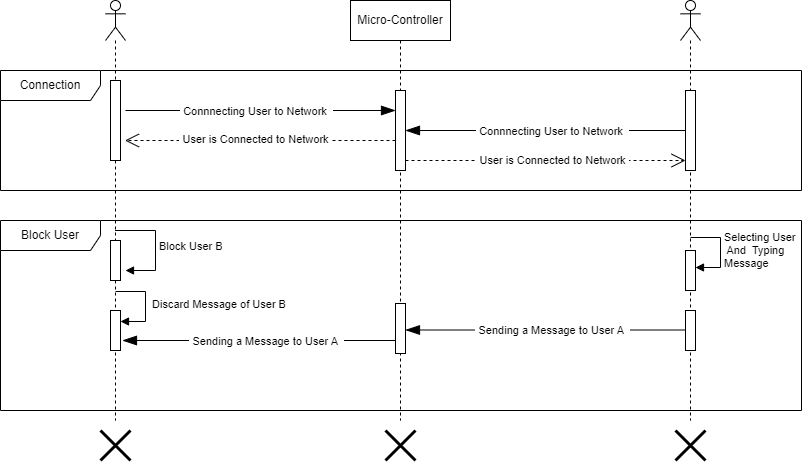
This is Figures/Sequence Diagram/Images/Block User.png from imharris24/AndroCom-Android, a draw.io export, as it was before one commit. Source tidied: cells renumbered, new cells last; positions are measured from the earlier drawing's top-left corner, leaving out a move shared by most shapes.
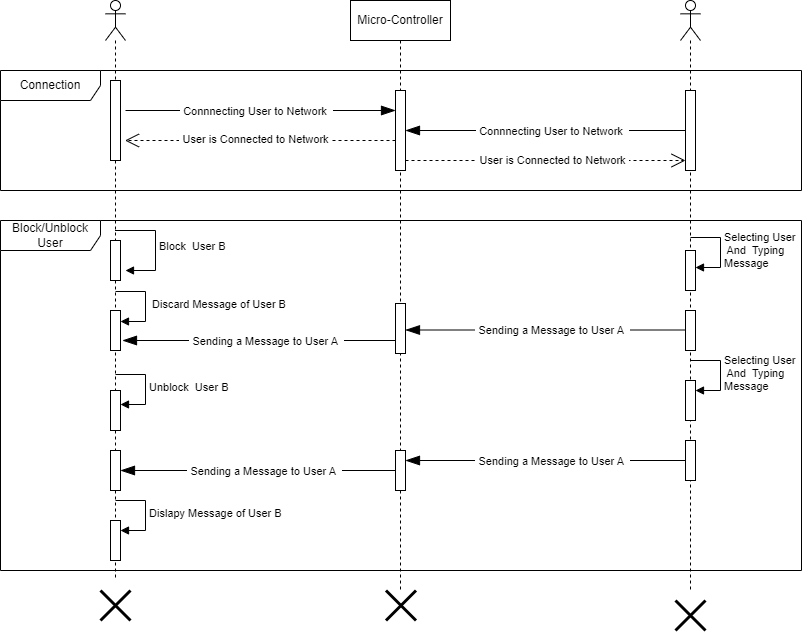
The same diagram one commit later.

Commit message:
Add and Updating Sequence Diagram

1. Updating Block and Unblock User
2. Request For Video Call

What changed in the source:
```diff
@@ -3,10 +3,13 @@
     <mxCell id="0" />
     <mxCell id="1" parent="0" />
     <mxCell id="2" value="Micro-Controller" style="shape=umlLifeline;perimeter=lifelinePerimeter;whiteSpace=wrap;html=1;newEdgeStyle={&quot;edgeStyle&quot;:&quot;elbowEdgeStyle&quot;,&quot;elbow&quot;:&quot;vertical&quot;,&quot;curved&quot;:0,&quot;rounded&quot;:0};" parent="1" vertex="1">
-      <mxGeometry x="350" width="100" height="420" as="geometry" />
+      <mxGeometry x="350" width="100" height="590" as="geometry" />
     </mxCell>
+    <mxCell id="33" style="html=1;points=[[0,0,0,0,5],[0,1,0,0,-5],[1,0,0,0,5],[1,1,0,0,-5]];perimeter=orthogonalPerimeter;outlineConnect=0;targetShapes=umlLifeline;portConstraint=eastwest;newEdgeStyle={&quot;curved&quot;:0,&quot;rounded&quot;:0};" parent="2" vertex="1">
+      <mxGeometry x="45" y="450" width="10" height="40" as="geometry" />
+    </mxCell>
     <mxCell id="3" style="shape=umlLifeline;perimeter=lifelinePerimeter;whiteSpace=wrap;html=1;outlineConnect=0;portConstraint=eastwest;newEdgeStyle={&quot;curved&quot;:0,&quot;rounded&quot;:0};participant=umlActor;" parent="1" vertex="1">
-      <mxGeometry x="105" width="20" height="420" as="geometry" />
+      <mxGeometry x="105" width="20" height="580" as="geometry" />
     </mxCell>
     <mxCell id="4" style="html=1;perimeter=orthogonalPerimeter;targetShapes=umlLifeline;newEdgeStyle={&quot;curved&quot;:0,&quot;rounded&quot;:0};" parent="3" vertex="1">
       <mxGeometry x="5" y="80" width="10" height="80" as="geometry" />
@@ -17,14 +20,40 @@
     <mxCell id="6" style="html=1;perimeter=orthogonalPerimeter;targetShapes=umlLifeline;newEdgeStyle={&quot;curved&quot;:0,&quot;rounded&quot;:0};" parent="3" vertex="1">
       <mxGeometry x="5" y="310" width="10" height="40" as="geometry" />
     </mxCell>
+    <mxCell id="34" style="html=1;perimeter=orthogonalPerimeter;targetShapes=umlLifeline;newEdgeStyle={&quot;curved&quot;:0,&quot;rounded&quot;:0};" parent="3" vertex="1">
+      <mxGeometry x="5" y="390" width="10" height="40" as="geometry" />
+    </mxCell>
+    <mxCell id="35" value="Unblock&amp;nbsp; User B" style="html=1;align=left;spacingLeft=2;endArrow=block;rounded=0;edgeStyle=orthogonalEdgeStyle;curved=0;rounded=0;" parent="3" edge="1">
+      <mxGeometry relative="1" as="geometry">
+        <mxPoint x="10" y="374" as="sourcePoint" />
+        <mxPoint x="15" y="404" as="targetPoint" />
+        <Array as="points">
+          <mxPoint x="40" y="404" />
+        </Array>
+      </mxGeometry>
+    </mxCell>
+    <mxCell id="36" style="html=1;perimeter=orthogonalPerimeter;targetShapes=umlLifeline;newEdgeStyle={&quot;curved&quot;:0,&quot;rounded&quot;:0};" parent="3" vertex="1">
+      <mxGeometry x="5" y="450" width="10" height="40" as="geometry" />
+    </mxCell>
+    <mxCell id="37" style="html=1;points=[[0,0,0,0,5],[0,1,0,0,-5],[1,0,0,0,5],[1,1,0,0,-5]];perimeter=orthogonalPerimeter;outlineConnect=0;targetShapes=umlLifeline;portConstraint=eastwest;newEdgeStyle={&quot;curved&quot;:0,&quot;rounded&quot;:0};" parent="3" vertex="1">
+      <mxGeometry x="5" y="520" width="10" height="40" as="geometry" />
+    </mxCell>
+    <mxCell id="38" value="Dislapy Message of User B" style="html=1;align=left;spacingLeft=2;endArrow=block;rounded=0;edgeStyle=orthogonalEdgeStyle;curved=0;rounded=0;" parent="3" edge="1" target="37">
+      <mxGeometry relative="1" as="geometry">
+        <mxPoint x="10" y="500" as="sourcePoint" />
+        <Array as="points">
+          <mxPoint x="40" y="530" />
+        </Array>
+      </mxGeometry>
+    </mxCell>
     <mxCell id="7" style="shape=umlDestroy;whiteSpace=wrap;html=1;strokeWidth=3;targetShapes=umlLifeline;" parent="1" vertex="1">
-      <mxGeometry x="100" y="430" width="30" height="30" as="geometry" />
+      <mxGeometry x="100" y="590" width="30" height="30" as="geometry" />
     </mxCell>
     <mxCell id="8" style="shape=umlDestroy;whiteSpace=wrap;html=1;strokeWidth=3;targetShapes=umlLifeline;" parent="1" vertex="1">
-      <mxGeometry x="385" y="430" width="30" height="30" as="geometry" />
+      <mxGeometry x="385.5" y="590" width="30" height="30" as="geometry" />
     </mxCell>
     <mxCell id="9" style="shape=umlLifeline;perimeter=lifelinePerimeter;whiteSpace=wrap;html=1;newEdgeStyle={&quot;curved&quot;:0,&quot;rounded&quot;:0};participant=umlActor;" parent="1" vertex="1">
-      <mxGeometry x="680" width="20" height="420" as="geometry" />
+      <mxGeometry x="680" width="20" height="590" as="geometry" />
     </mxCell>
     <mxCell id="10" style="html=1;points=[[0,0,0,0,5],[0,1,0,0,-5],[1,0,0,0,5],[1,1,0,0,-5]];perimeter=orthogonalPerimeter;outlineConnect=0;targetShapes=umlLifeline;portConstraint=eastwest;newEdgeStyle={&quot;curved&quot;:0,&quot;rounded&quot;:0};" parent="9" vertex="1">
       <mxGeometry x="5" y="90" width="10" height="80" as="geometry" />
@@ -44,8 +73,22 @@
         </Array>
       </mxGeometry>
     </mxCell>
+    <mxCell id="39" style="html=1;points=[[0,0,0,0,5],[0,1,0,0,-5],[1,0,0,0,5],[1,1,0,0,-5]];perimeter=orthogonalPerimeter;outlineConnect=0;targetShapes=umlLifeline;portConstraint=eastwest;newEdgeStyle={&quot;curved&quot;:0,&quot;rounded&quot;:0};" parent="9" vertex="1">
+      <mxGeometry x="5" y="380" width="10" height="40" as="geometry" />
+    </mxCell>
+    <mxCell id="40" value="Selecting User&lt;br style=&quot;border-color: var(--border-color);&quot;&gt;&amp;nbsp;And&amp;nbsp; Typing&amp;nbsp;&lt;br style=&quot;border-color: var(--border-color);&quot;&gt;Message" style="html=1;align=left;spacingLeft=2;endArrow=block;rounded=0;edgeStyle=orthogonalEdgeStyle;curved=0;rounded=0;" parent="9" edge="1" target="39">
+      <mxGeometry relative="1" as="geometry">
+        <mxPoint x="10" y="360" as="sourcePoint" />
+        <Array as="points">
+          <mxPoint x="40" y="390" />
+        </Array>
+      </mxGeometry>
+    </mxCell>
+    <mxCell id="41" style="html=1;perimeter=orthogonalPerimeter;targetShapes=umlLifeline;newEdgeStyle={&quot;curved&quot;:0,&quot;rounded&quot;:0};" parent="9" vertex="1">
+      <mxGeometry x="5" y="440" width="10" height="40" as="geometry" />
+    </mxCell>
     <mxCell id="14" style="shape=umlDestroy;whiteSpace=wrap;html=1;strokeWidth=3;targetShapes=umlLifeline;" parent="1" vertex="1">
-      <mxGeometry x="675" y="430" width="30" height="30" as="geometry" />
+      <mxGeometry x="675" y="600" width="30" height="30" as="geometry" />
     </mxCell>
     <mxCell id="15" value="Connection" style="shape=umlFrame;whiteSpace=wrap;html=1;width=100;height=30;" parent="1" vertex="1">
       <mxGeometry y="70" width="801" height="120" as="geometry" />
@@ -94,10 +137,10 @@
     <mxCell id="24" value="&amp;nbsp;User is Connected to Network&amp;nbsp;" style="edgeLabel;html=1;align=center;verticalAlign=middle;" parent="23" vertex="1">
       <mxGeometry x="0.04" y="-2" relative="1" as="geometry" />
     </mxCell>
-    <mxCell id="25" value="Block User" style="shape=umlFrame;whiteSpace=wrap;html=1;width=100;height=30;" parent="1" vertex="1">
-      <mxGeometry y="220" width="801" height="190" as="geometry" />
+    <mxCell id="25" value="Block/Unblock User" style="shape=umlFrame;whiteSpace=wrap;html=1;width=100;height=30;" parent="1" vertex="1">
+      <mxGeometry y="220" width="801" height="350" as="geometry" />
     </mxCell>
-    <mxCell id="26" value="Block User B" style="html=1;align=left;spacingLeft=2;endArrow=block;rounded=0;edgeStyle=orthogonalEdgeStyle;curved=0;rounded=0;" parent="1" edge="1" source="3">
+    <mxCell id="26" value="Block&amp;nbsp; User B" style="html=1;align=left;spacingLeft=2;endArrow=block;rounded=0;edgeStyle=orthogonalEdgeStyle;curved=0;rounded=0;" parent="1" edge="1" source="3">
       <mxGeometry x="0.01" relative="1" as="geometry">
         <mxPoint x="125" y="270" as="targetPoint" />
         <Array as="points">
@@ -140,5 +183,26 @@
         </Array>
       </mxGeometry>
     </mxCell>
+    <mxCell id="42" style="endArrow=blockThin;endFill=1;endSize=12;html=1;rounded=0;" parent="1" edge="1" target="33">
+      <mxGeometry relative="1" as="geometry">
+        <mxPoint x="685" y="460" as="sourcePoint" />
+      </mxGeometry>
+    </mxCell>
+    <mxCell id="43" value="&amp;nbsp;Sending a Message to User A&amp;nbsp;&amp;nbsp;" style="edgeLabel;html=1;align=center;verticalAlign=middle;" parent="42" vertex="1">
+      <mxGeometry x="-0.01" y="-3" relative="1" as="geometry">
+        <mxPoint x="5" y="3" as="offset" />
+      </mxGeometry>
+    </mxCell>
+    <mxCell id="44" style="endArrow=blockThin;endFill=1;endSize=12;html=1;rounded=0;" parent="1" edge="1">
+      <mxGeometry relative="1" as="geometry">
+        <mxPoint x="395" y="470" as="sourcePoint" />
+        <mxPoint x="120" y="470" as="targetPoint" />
+      </mxGeometry>
+    </mxCell>
+    <mxCell id="45" value="&amp;nbsp;Sending a Message to User A&amp;nbsp;&amp;nbsp;" style="edgeLabel;html=1;align=center;verticalAlign=middle;" parent="44" vertex="1">
+      <mxGeometry x="-0.01" y="-3" relative="1" as="geometry">
+        <mxPoint x="5" y="3" as="offset" />
+      </mxGeometry>
+    </mxCell>
   </root>
 </mxGraphModel>
```
